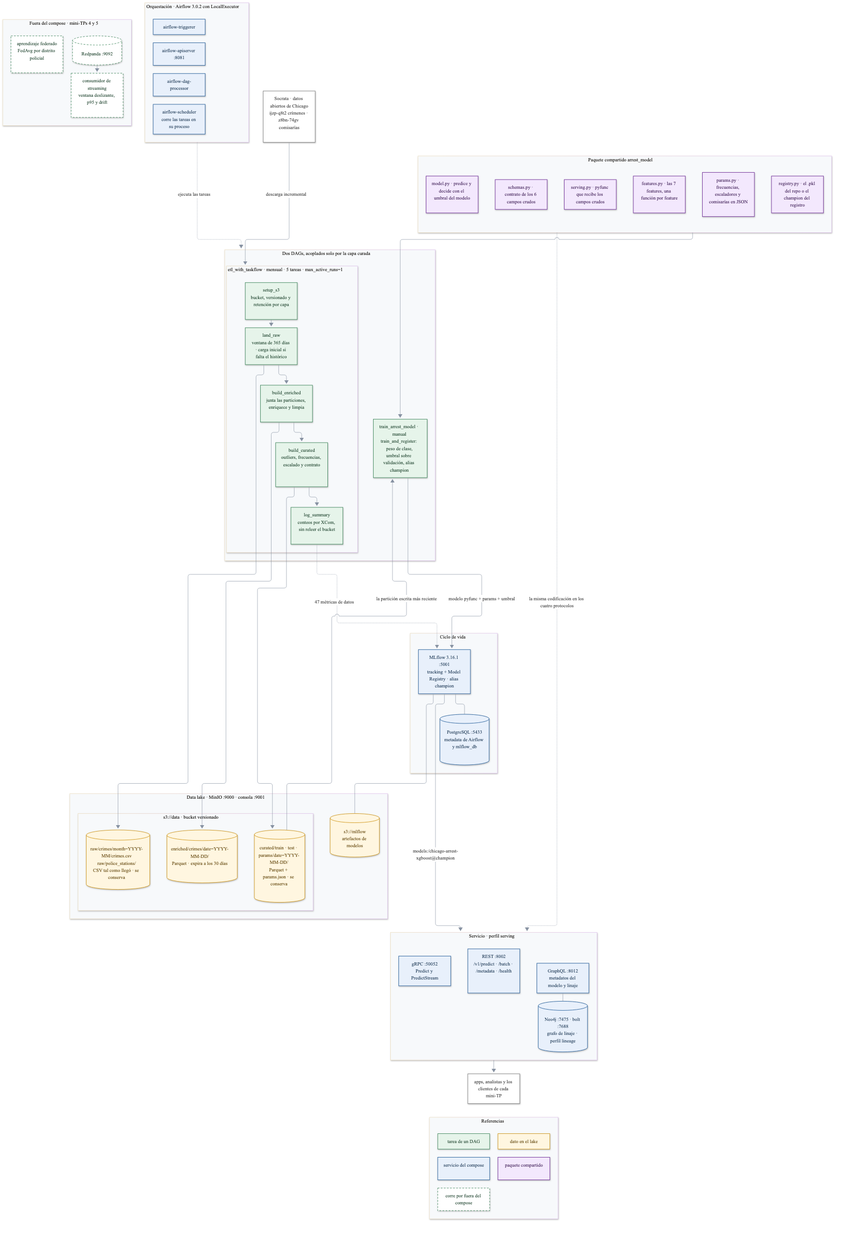
The Mermaid diagram docs/arquitectura.png in BelCattaneo/mlops2, before a commit. Its source is kept beside it as docs/arquitectura.mmd.
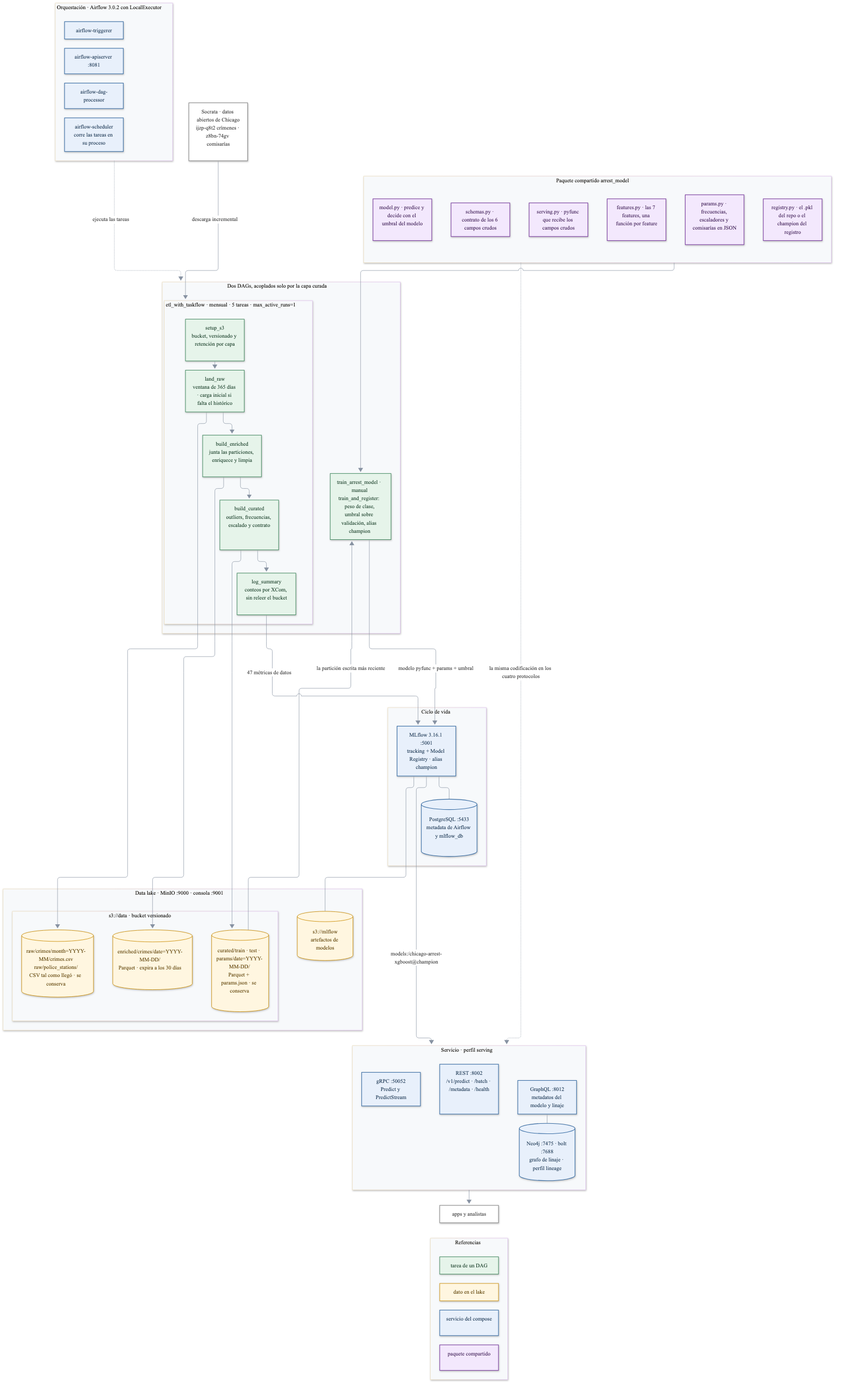
Above is the later version.

Commit message:
Encuadra la comparación de arquitecturas en la plataforma y no en los mini-TPs

What changed in the source:
```diff
@@ -4,7 +4,6 @@
   classDef etapa fill:#E6F4EA,stroke:#2E7D4F,color:#173D27,stroke-width:1.2px
   classDef dato fill:#FFF6E0,stroke:#C98A00,color:#5A3E00,stroke-width:1.2px
   classDef paquete fill:#F3E8FD,stroke:#7B3FA0,color:#3B1A52,stroke-width:1.5px
-  classDef perfil fill:#FFFFFF,stroke:#2E7D4F,color:#173D27,stroke-width:1.2px,stroke-dasharray:5 4
   classDef externo fill:#FFFFFF,stroke:#8A8A8A,color:#333333,stroke-width:1.5px
 
   SOC["Socrata · datos abiertos de Chicago<br/>ijzp-q8t2 crímenes · z8bn-74gv comisarías"]:::externo
@@ -66,13 +65,6 @@
     NEO[("Neo4j :7475 · bolt :7688<br/>grafo de linaje · perfil lineage")]:::infra
   end
 
-  subgraph fuera["Fuera del compose · mini-TPs 4 y 5"]
-    direction TB
-    CON["consumidor de streaming<br/>ventana deslizante, p95 y drift"]:::perfil
-    RPD[("Redpanda :9092")]:::perfil
-    FED["aprendizaje federado<br/>FedAvg por distrito policial"]:::perfil
-  end
-
   SOC -->|"descarga incremental"| etl
   orq -.->|"ejecuta las tareas"| dags
   E2 --> RAW
@@ -87,8 +79,7 @@
   pkg -.->|"la misma codificación en los cuatro protocolos"| serv
   pkg -.-> TRA
   GQL --- NEO
-  RPD --> CON
-  serv --> CLI["apps, analistas y los clientes de cada mini-TP"]:::externo
+  serv --> CLI["apps y analistas"]:::externo
 
   subgraph ref2["Referencias"]
     direction TB
@@ -96,6 +87,5 @@
     R2["tarea de un DAG"]:::etapa
     R3["dato en el lake"]:::dato
     R4["paquete compartido"]:::paquete
-    R5["corre por fuera del compose"]:::perfil
   end
   CLI ~~~ ref2
```
